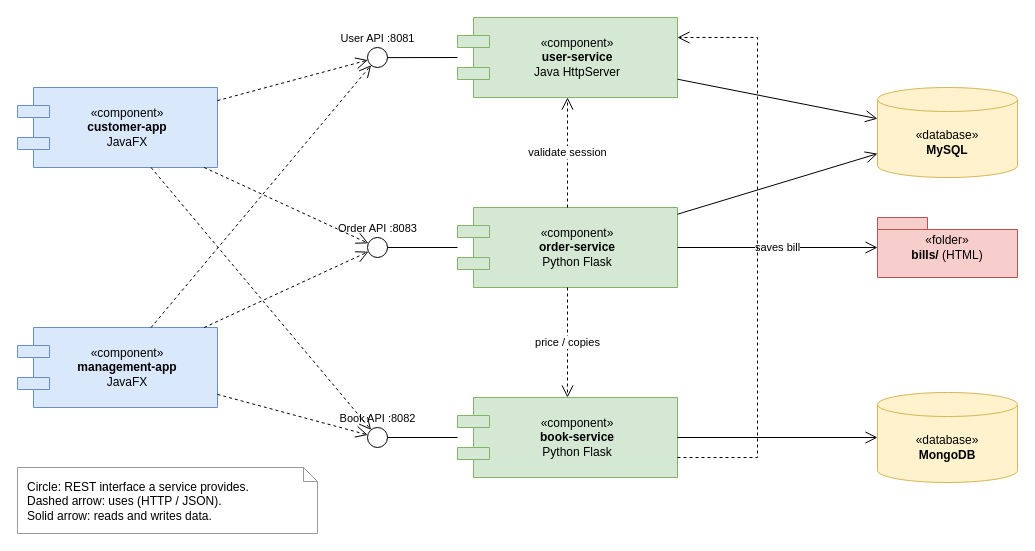
Earlier version of the draw.io diagram docs/02-design/diagrams/component.drawio (KFUPMer/csce310-bookstore). Source tidied: cells renumbered, new cells numbered last; positions are measured from the earlier drawing's top-left corner, leaving out a move shared by most shapes. Both pictures are drawn from the tidied source at 100%, with x=0, y=0 at pixel (17, 17).
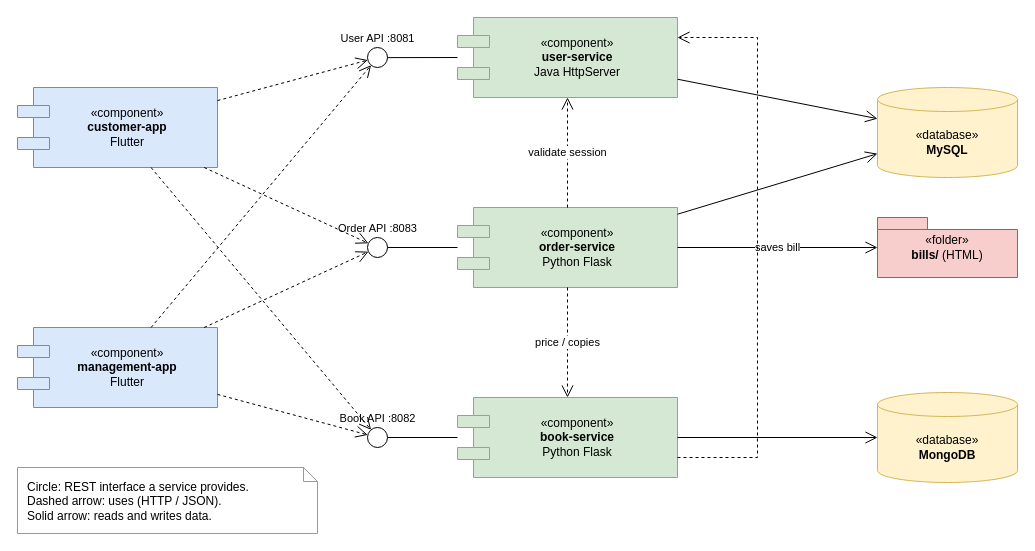
After the change.

Change to the diagram source:
```diff
@@
-    <mxCell id="2" value="«component»&lt;br&gt;&lt;b&gt;customer-app&lt;/b&gt;&lt;br&gt;JavaFX" style="shape=component;align=center;whiteSpace=wrap;html=1;spacingLeft=20;fontSize=12;fillColor=#dae8fc;strokeColor=#6c8ebf;" parent="1" vertex="1">
+    <mxCell id="2" value="«component»&lt;br&gt;&lt;b&gt;customer-app&lt;/b&gt;&lt;br&gt;Flutter" style="shape=component;align=center;whiteSpace=wrap;html=1;spacingLeft=20;fontSize=12;fillColor=#dae8fc;strokeColor=#6c8ebf;" parent="1" vertex="1">
       <mxGeometry y="70" width="200" height="80" as="geometry" />
     </mxCell>
-    <mxCell id="3" value="«component»&lt;br&gt;&lt;b&gt;management-app&lt;/b&gt;&lt;br&gt;JavaFX" style="shape=component;align=center;whiteSpace=wrap;html=1;spacingLeft=20;fontSize=12;fillColor=#dae8fc;strokeColor=#6c8ebf;" parent="1" vertex="1">
+    <mxCell id="3" value="«component»&lt;br&gt;&lt;b&gt;management-app&lt;/b&gt;&lt;br&gt;Flutter" style="shape=component;align=center;whiteSpace=wrap;html=1;spacingLeft=20;fontSize=12;fillColor=#dae8fc;strokeColor=#6c8ebf;" parent="1" vertex="1">
       <mxGeometry y="310" width="200" height="80" as="geometry" />
     </mxCell>
```
